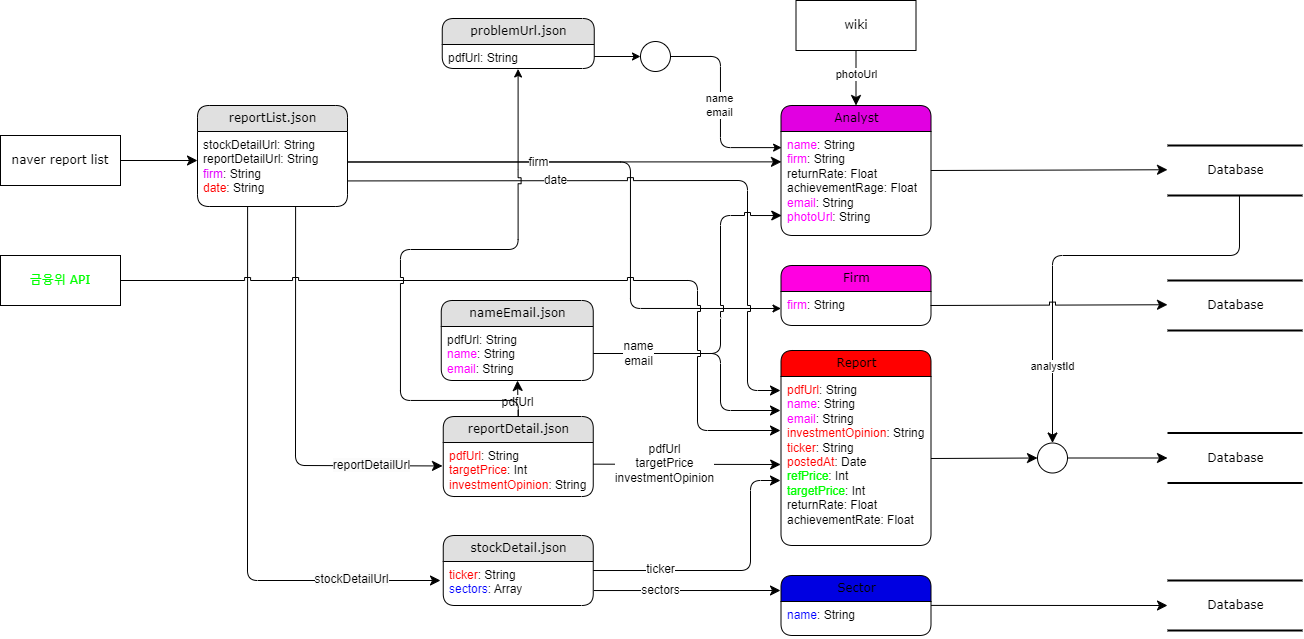
This is diagram/DataFlow.drawio.png from PDA-stockX/research-crawling, a draw.io export, as it was before one commit. Source tidied: cells renumbered, new cells last; positions are measured from the earlier drawing's top-left corner, leaving out a move shared by most shapes.
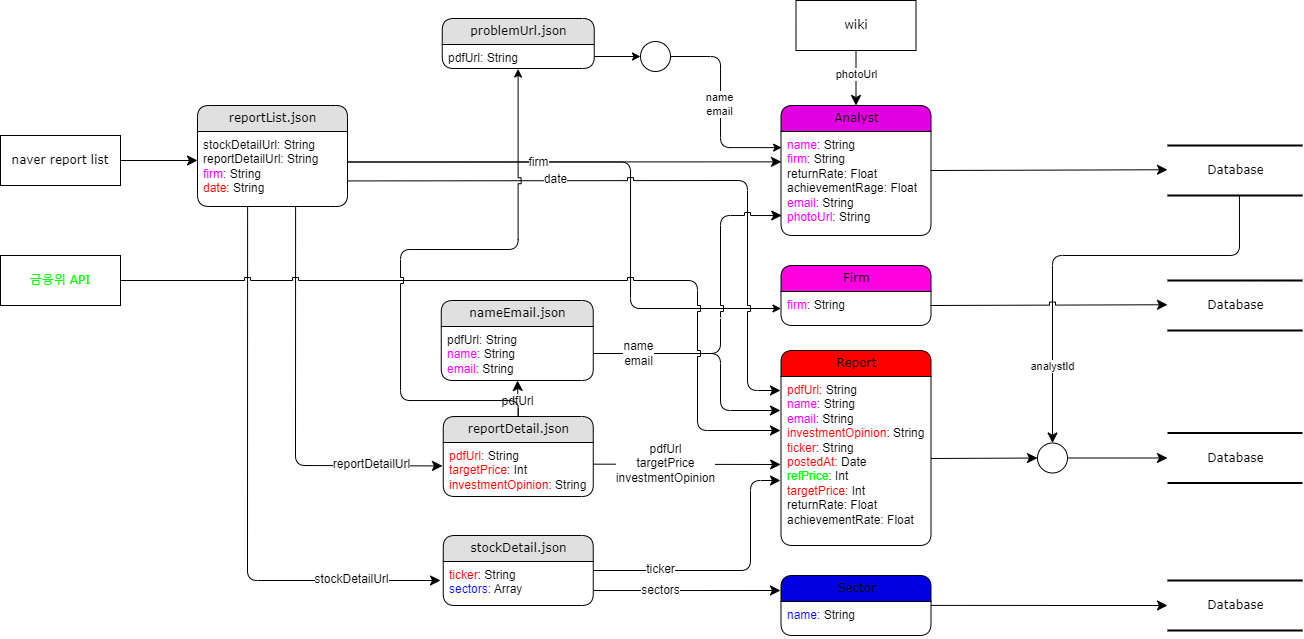
After the change.

The edit, as a diff of the source:
```diff
@@ -76,7 +76,7 @@
     <mxCell id="19" value="Report" style="swimlane;html=1;fontStyle=0;horizontal=1;startSize=26;fillColor=#ff0000;swimlaneFillColor=#ffffff;align=center;rounded=1;shadow=0;comic=0;labelBackgroundColor=none;strokeWidth=1;fontFamily=Verdana;fontSize=12;" parent="1" vertex="1">
       <mxGeometry x="780.5" y="350" width="150" height="195" as="geometry" />
     </mxCell>
-    <mxCell id="20" value="&lt;font color=&quot;#ff0000&quot;&gt;pdfUrl&lt;/font&gt;: String&lt;div&gt;&lt;font color=&quot;#ff00ff&quot;&gt;name&lt;/font&gt;: String&lt;font style=&quot;background-color: initial;&quot; color=&quot;#ff0000&quot;&gt;&lt;br&gt;&lt;/font&gt;&lt;/div&gt;&lt;div&gt;&lt;font color=&quot;#ff00ff&quot;&gt;email&lt;/font&gt;: String&lt;br&gt;&lt;/div&gt;&lt;div&gt;&lt;font style=&quot;background-color: initial;&quot; color=&quot;#ff0000&quot;&gt;investmentOpinion&lt;/font&gt;&lt;span style=&quot;background-color: initial;&quot;&gt;: String&lt;/span&gt;&lt;br&gt;&lt;/div&gt;&lt;div&gt;&lt;font color=&quot;#ff0000&quot;&gt;ticker&lt;/font&gt;: String&lt;/div&gt;&lt;div&gt;&lt;font color=&quot;#ff0000&quot;&gt;postedAt&lt;/font&gt;: Date&lt;/div&gt;&lt;div&gt;&lt;font color=&quot;#00ff00&quot;&gt;refPrice&lt;/font&gt;: Int&lt;/div&gt;&lt;div&gt;&lt;font color=&quot;#00ff00&quot;&gt;targetPrice&lt;/font&gt;: Int&lt;/div&gt;&lt;div&gt;returnRate: Float&lt;/div&gt;&lt;div&gt;achievementRate: Float&lt;/div&gt;&lt;div&gt;&lt;br&gt;&lt;/div&gt;" style="text;html=1;strokeColor=none;fillColor=none;spacingLeft=4;spacingRight=4;whiteSpace=wrap;overflow=hidden;points=[[0,0.5],[1,0.5]];portConstraint=eastwest;align=left;" parent="19" vertex="1">
+    <mxCell id="20" value="&lt;font color=&quot;#ff0000&quot;&gt;pdfUrl&lt;/font&gt;: String&lt;div&gt;&lt;font color=&quot;#ff00ff&quot;&gt;name&lt;/font&gt;: String&lt;font style=&quot;background-color: initial;&quot; color=&quot;#ff0000&quot;&gt;&lt;br&gt;&lt;/font&gt;&lt;/div&gt;&lt;div&gt;&lt;font color=&quot;#ff00ff&quot;&gt;email&lt;/font&gt;: String&lt;br&gt;&lt;/div&gt;&lt;div&gt;&lt;font style=&quot;background-color: initial;&quot; color=&quot;#ff0000&quot;&gt;investmentOpinion&lt;/font&gt;&lt;span style=&quot;background-color: initial;&quot;&gt;: String&lt;/span&gt;&lt;br&gt;&lt;/div&gt;&lt;div&gt;&lt;font color=&quot;#ff0000&quot;&gt;ticker&lt;/font&gt;: String&lt;/div&gt;&lt;div&gt;&lt;font color=&quot;#ff0000&quot;&gt;postedAt&lt;/font&gt;: Date&lt;/div&gt;&lt;div&gt;&lt;font color=&quot;#00ff00&quot;&gt;refPrice&lt;/font&gt;: Int&lt;/div&gt;&lt;div&gt;&lt;font color=&quot;#ff0000&quot;&gt;targetPrice&lt;/font&gt;: Int&lt;/div&gt;&lt;div&gt;returnRate: Float&lt;/div&gt;&lt;div&gt;achievementRate: Float&lt;/div&gt;&lt;div&gt;&lt;br&gt;&lt;/div&gt;" style="text;html=1;strokeColor=none;fillColor=none;spacingLeft=4;spacingRight=4;whiteSpace=wrap;overflow=hidden;points=[[0,0.5],[1,0.5]];portConstraint=eastwest;align=left;" parent="19" vertex="1">
       <mxGeometry y="26" width="150" height="164" as="geometry" />
     </mxCell>
     <mxCell id="21" style="edgeStyle=none;html=1;labelBackgroundColor=none;startFill=0;startSize=8;endFill=1;endSize=8;fontFamily=Verdana;fontSize=12;exitX=0.999;exitY=0.668;exitDx=0;exitDy=0;exitPerimeter=0;jumpStyle=sharp;" parent="1" edge="1" source="7">
```
